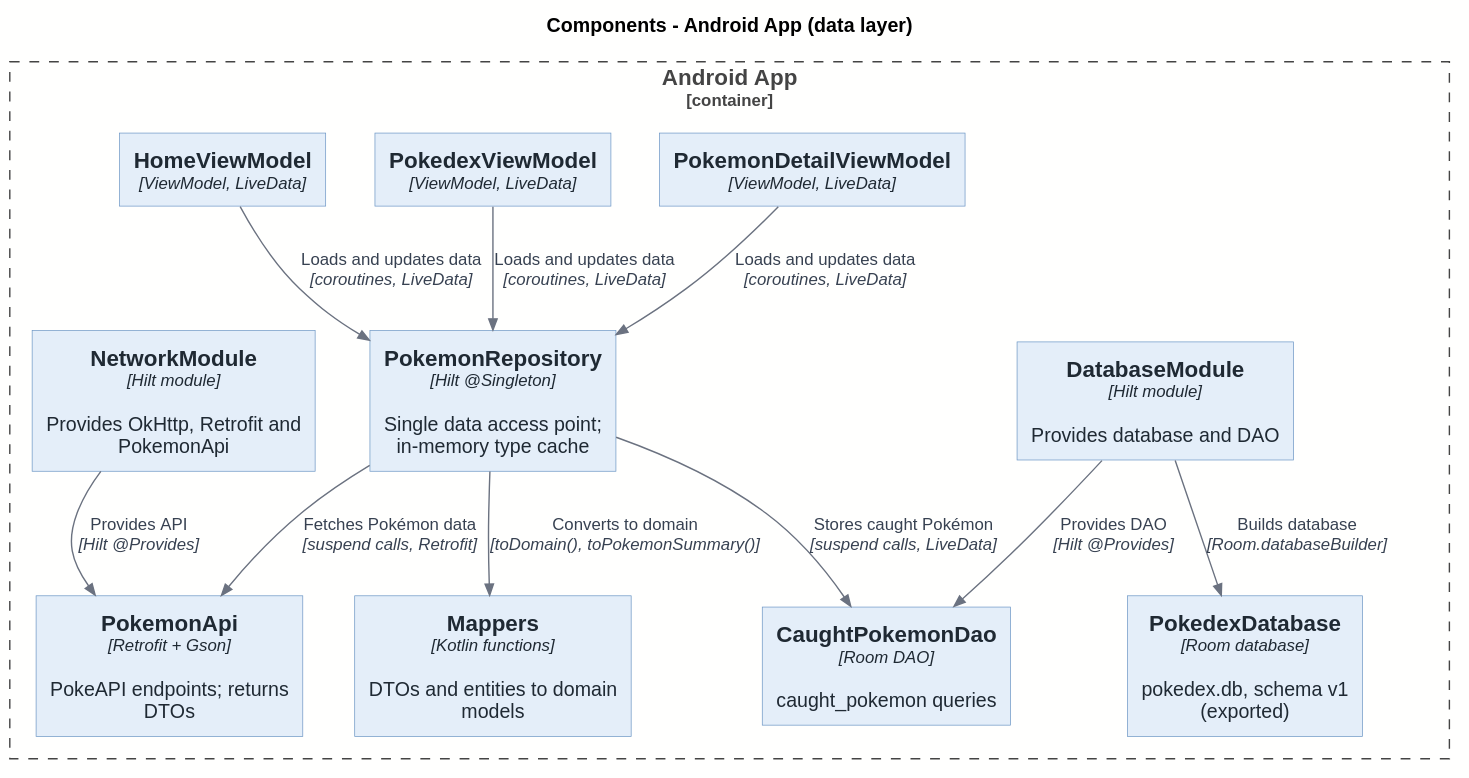
The PlantUML diagram docs/architecture/out/03-components-android-app-data.svg in rodrigo4sousa/Pokedex, before a commit.
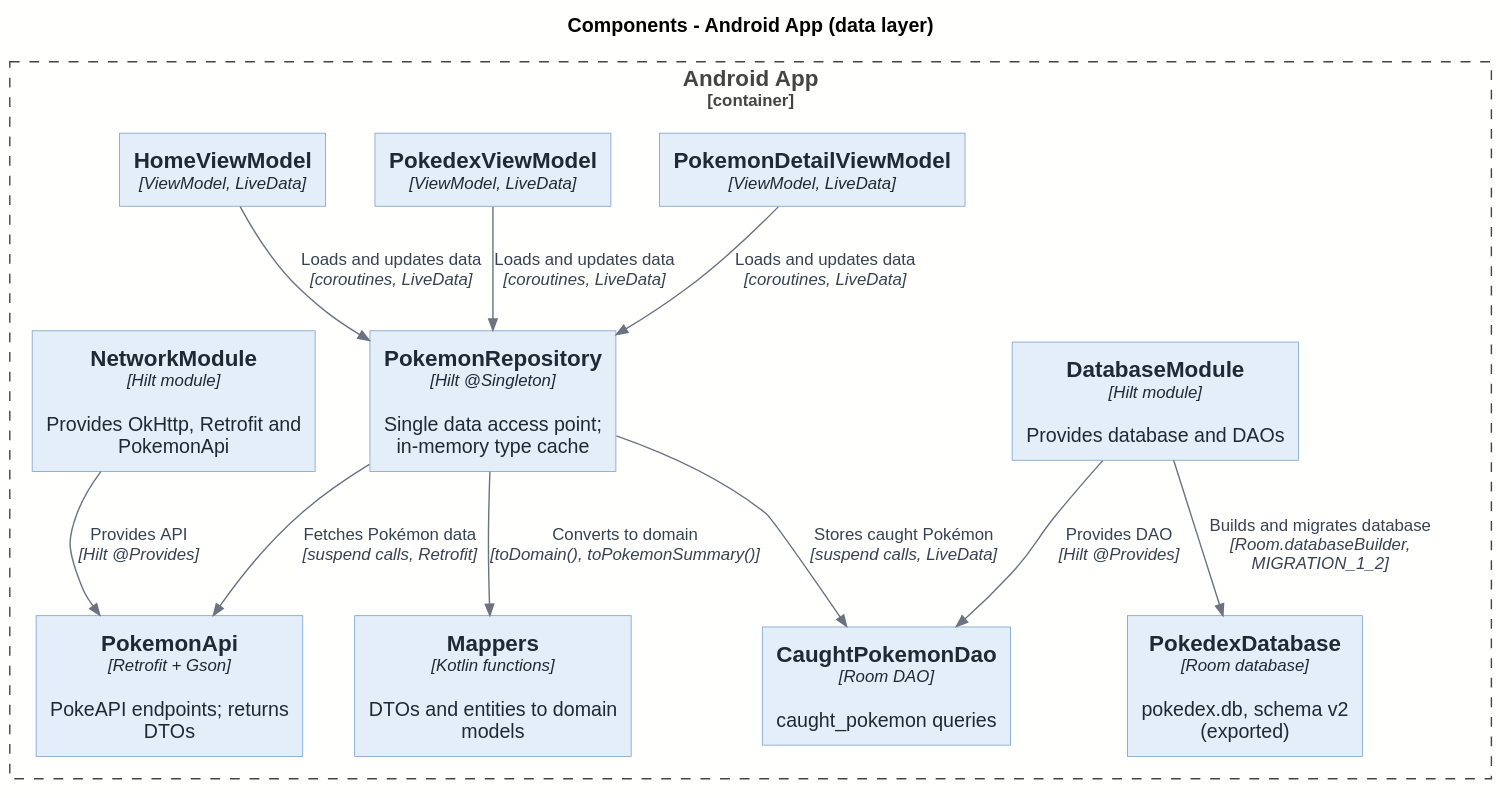
Above is the later version.

Diff of the diagram source:
```diff
@@ -17,8 +17,8 @@
     Component(pokemonApi, "PokemonApi", "Retrofit + Gson", "PokeAPI endpoints; returns DTOs")
     Component(networkModule, "NetworkModule", "Hilt module", "Provides OkHttp, Retrofit and PokemonApi")
     Component(dao, "CaughtPokemonDao", "Room DAO", "caught_pokemon queries")
-    Component(database, "PokedexDatabase", "Room database", "pokedex.db, schema v1 (exported)")
-    Component(databaseModule, "DatabaseModule", "Hilt module", "Provides database and DAO")
+    Component(database, "PokedexDatabase", "Room database", "pokedex.db, schema v2 (exported)")
+    Component(databaseModule, "DatabaseModule", "Hilt module", "Provides database and DAOs")
 }
 
 Rel(homeVm, repository, $plain("Loads and updates data"), "coroutines, LiveData")
@@ -31,5 +31,5 @@
 Rel(repository, dao, $plain("Stores caught Pokémon"), "suspend calls, LiveData")
 Rel(networkModule, pokemonApi, $plain("Provides API"), "Hilt @Provides")
 Rel(databaseModule, dao, $plain("Provides DAO"), "Hilt @Provides")
-Rel(databaseModule, database, $plain("Builds database"), "Room.databaseBuilder")
+Rel(databaseModule, database, $plain("Builds and migrates database"), "Room.databaseBuilder, MIGRATION_1_2")
 @enduml
```
